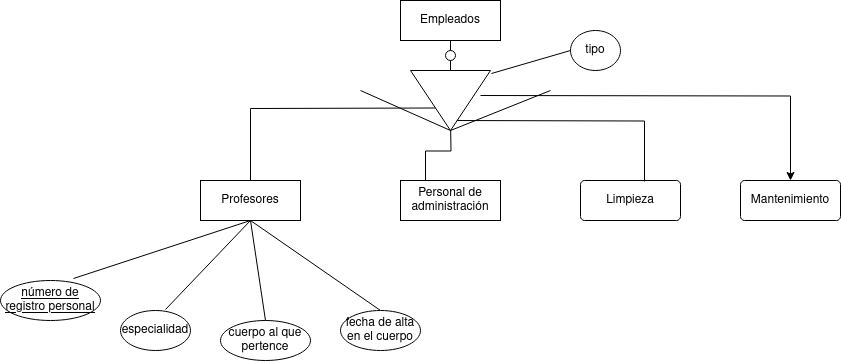
The draw.io diagram Unidad-1/Tareas/Tarea 8/Tarea-8.drawio.png in CRhernandez1/base-datos, before a commit. Source tidied: cells renumbered, new cells last; positions are measured from the earlier drawing's top-left corner, leaving out a move shared by most shapes.
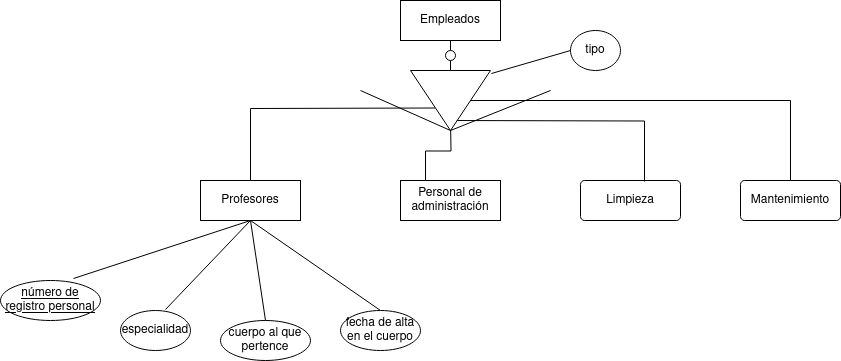
After the commit.

Change to the diagram source:
```diff
@@ -53,11 +53,6 @@
         <mxPoint x="450" y="120" as="sourcePoint" />
       </mxGeometry>
     </mxCell>
-    <mxCell id="17" style="edgeStyle=orthogonalEdgeStyle;rounded=0;jettySize=auto;html=1;exitX=1;exitY=0.5;exitDx=0;exitDy=0;" parent="1" edge="1" target="19">
-      <mxGeometry relative="1" as="geometry">
-        <mxPoint x="480" y="95" as="sourcePoint" />
-      </mxGeometry>
-    </mxCell>
     <mxCell id="18" style="edgeStyle=orthogonalEdgeStyle;rounded=0;jettySize=auto;html=1;exitX=0.5;exitY=1;exitDx=0;exitDy=0;entryX=0.64;entryY=0.025;entryDx=0;entryDy=0;entryPerimeter=0;endArrow=none;endFill=0;" parent="1" edge="1" target="8">
       <mxGeometry relative="1" as="geometry">
         <mxPoint x="450" y="120" as="sourcePoint" />
@@ -66,6 +61,9 @@
     <mxCell id="19" value="Mantenimiento" style="rounded=1;arcSize=10;whiteSpace=wrap;html=1;align=center;" parent="1" vertex="1">
       <mxGeometry x="740" y="180" width="100" height="40" as="geometry" />
     </mxCell>
+    <mxCell id="26" style="edgeStyle=orthogonalEdgeStyle;rounded=0;jettySize=auto;html=1;exitX=0.5;exitY=0;exitDx=0;exitDy=0;entryX=0.5;entryY=0;entryDx=0;entryDy=0;endArrow=none;endFill=0;" parent="1" edge="1" source="20" target="19">
+      <mxGeometry relative="1" as="geometry" />
+    </mxCell>
     <mxCell id="20" style="triangle;whiteSpace=wrap;html=1;rotation=90;" parent="1" vertex="1">
       <mxGeometry x="420" y="60" width="60" height="80" as="geometry" />
     </mxCell>
```
